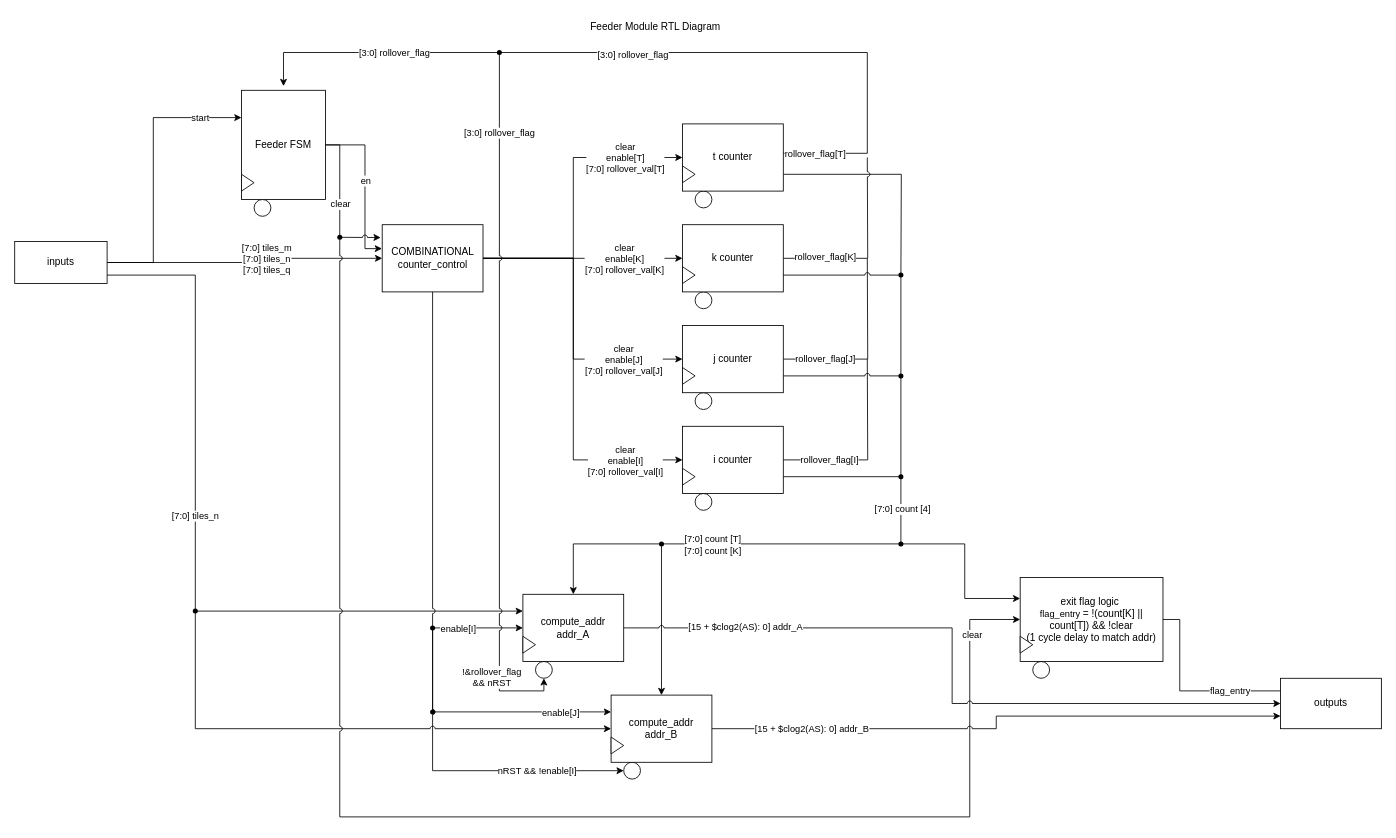
Parker-Kemp/SoCET---STARS---Group11 keeps this draw.io diagram as page "feeder_module_rtl" (3 of 9) of diagrams/compute_controller/compute_controller.drawio. Above is the earlier version. Source tidied: cells renumbered, new cells numbered last; positions are measured from the earlier drawing's top-left corner, leaving out a move shared by most shapes. Both pictures are drawn from the tidied source at 84%, with x=0, y=0 at pixel (14, 14).
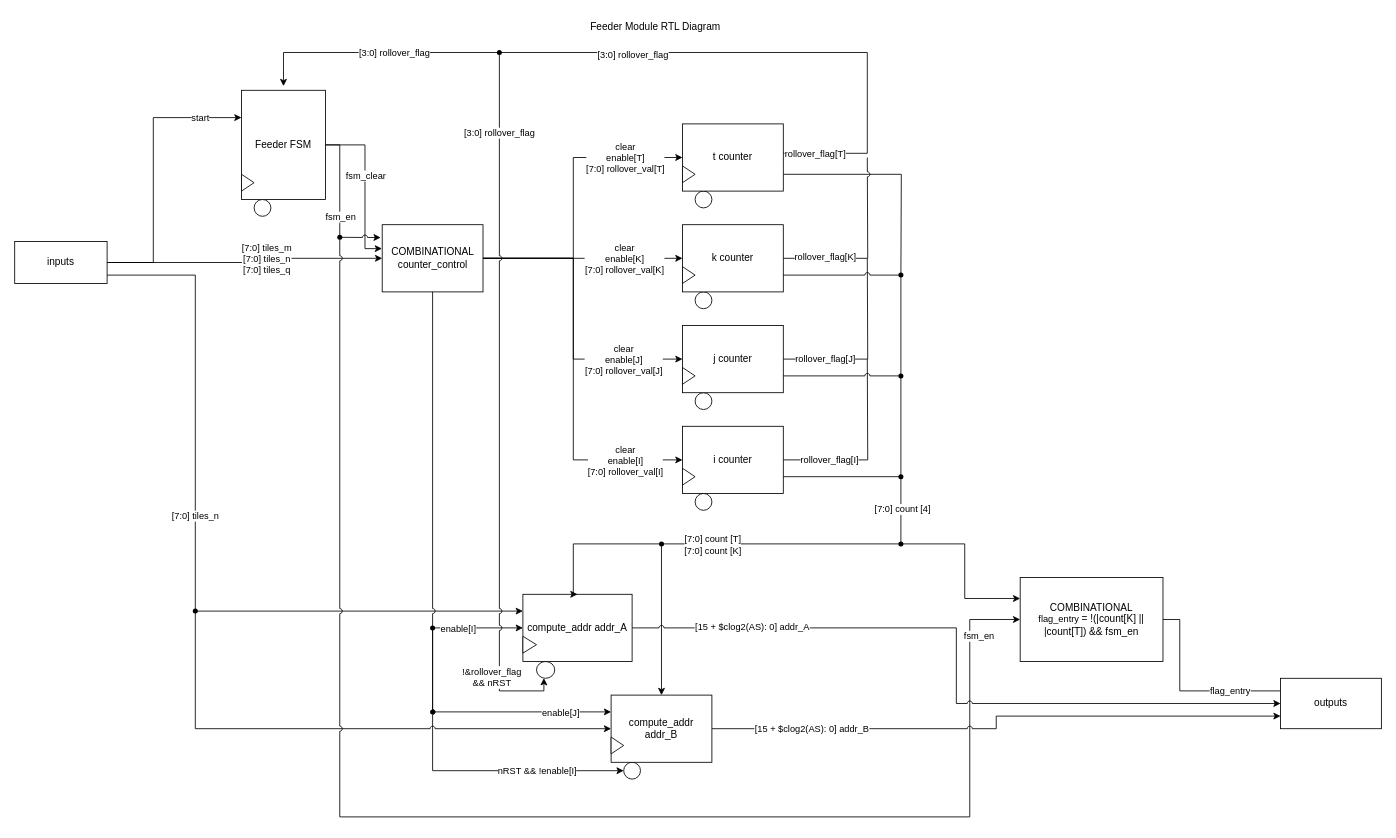
Above is the later version.

The change refers to these unchanged cells:
```xml
<mxCell id="25" style="edgeStyle=orthogonalEdgeStyle;rounded=0;jettySize=auto;html=1;entryX=-0.002;entryY=0.356;entryDx=0;entryDy=0;defaultLabelBackgroundColor=page;entryPerimeter=0;" parent="1" edge="1" source="4" target="24">
  <mxGeometry x="-0.05" relative="1" as="geometry">
    <Array as="points">
      <mxPoint x="417" y="155" />
      <mxPoint x="417" y="278.5" />
    </Array>
  </mxGeometry>
</mxCell>
<mxCell id="87" value="outputs" style="whiteSpace=wrap;html=1;" parent="1" vertex="1">
  <mxGeometry x="1507" y="790" width="120" height="60" as="geometry" />
</mxCell>
<mxCell id="95" style="edgeStyle=orthogonalEdgeStyle;shape=connector;rounded=0;jumpStyle=arc;jettySize=auto;html=1;entryDx=0;entryDy=0;strokeColor=default;align=center;verticalAlign=middle;fontFamily=Helvetica;fontSize=11;fontColor=default;labelBackgroundColor=default;defaultLabelBackgroundColor=page;endArrow=none;endFill=0;" parent="1" edge="1" source="4" target="99">
  <mxGeometry x="0.03" relative="1" as="geometry">
    <Array as="points">
      <mxPoint x="387" y="155" />
    </Array>
  </mxGeometry>
</mxCell>
<mxCell id="97" style="edgeStyle=orthogonalEdgeStyle;shape=connector;rounded=0;jumpStyle=arc;jettySize=auto;html=1;entryX=0;entryY=0.5;entryDx=0;entryDy=0;strokeColor=default;align=center;verticalAlign=middle;fontFamily=Helvetica;fontSize=11;fontColor=default;labelBackgroundColor=default;defaultLabelBackgroundColor=page;endArrow=classic;endFill=1;" parent="1" edge="1" source="99" target="107">
  <mxGeometry relative="1" as="geometry">
    <Array as="points">
      <mxPoint x="387" y="955" />
      <mxPoint x="1137" y="955" />
      <mxPoint x="1137" y="720" />
    </Array>
  </mxGeometry>
</mxCell>
```

The edit, as a diff of the source:
```diff
@@
-    <mxCell id="26" value="&lt;div&gt;&lt;span style=&quot;background-color: transparent; color: light-dark(#000000, var(--ge-light-color, #ffffff));&quot;&gt;en&lt;/span&gt;&lt;/div&gt;" style="edgeLabel;html=1;align=center;verticalAlign=middle;inheritText=1;defaultLabelBackgroundColor=page;" parent="25" vertex="1">
-      <mxGeometry x="-0.07" relative="1" as="geometry" />
-    </mxCell>
+    <mxCell id="110" value="fsm_clear" style="edgeLabel;html=1;align=center;verticalAlign=middle;inheritText=1;defaultLabelBackgroundColor=page;" parent="25" vertex="1">
+      <mxGeometry x="-0.13" relative="1" as="geometry" />
+    </mxCell>
@@
     <mxCell id="52" style="group;" parent="1" vertex="1">
-      <mxGeometry x="605" y="690" width="120" height="100" as="geometry" />
+      <mxGeometry x="605" y="690" width="130" height="100" as="geometry" />
     </mxCell>
     <mxCell id="53" style="ellipse;whiteSpace=wrap;html=1;shapeInside=1;" parent="52" vertex="1">
-      <mxGeometry x="15" y="80" width="20" height="20" as="geometry" />
+      <mxGeometry x="16.2" y="80" width="21.7" height="20" as="geometry" />
     </mxCell>
     <mxCell id="54" value="compute_addr addr_A" style="whiteSpace=wrap;html=1;" parent="52" vertex="1">
-      <mxGeometry width="120" height="80" as="geometry" />
+      <mxGeometry width="130" height="80" as="geometry" />
     </mxCell>
     <mxCell id="55" style="triangle;whiteSpace=wrap;html=1;shapeInside=1;" parent="52" vertex="1">
-      <mxGeometry y="50" width="15" height="20" as="geometry" />
+      <mxGeometry y="50" width="16.2" height="20" as="geometry" />
     </mxCell>
@@
-    <mxCell id="96" value="clear" style="edgeLabel;html=1;align=center;verticalAlign=middle;inheritText=1;defaultLabelBackgroundColor=page;" parent="95" vertex="1">
-      <mxGeometry x="0.37" relative="1" as="geometry" />
+    <mxCell id="96" value="fsm_en" style="edgeLabel;html=1;align=center;verticalAlign=middle;inheritText=1;defaultLabelBackgroundColor=page;" parent="95" vertex="1">
+      <mxGeometry x="0.37" relative="1" as="geometry">
+        <mxPoint y="15" as="offset" />
+      </mxGeometry>
     </mxCell>
@@
-    <mxCell id="98" value="clear" style="edgeLabel;html=1;align=center;verticalAlign=middle;inheritText=1;defaultLabelBackgroundColor=page;" parent="97" vertex="1">
-      <mxGeometry x="0.91" y="-2" relative="1" as="geometry" />
+    <mxCell id="98" value="fsm_en" style="edgeLabel;html=1;align=center;verticalAlign=middle;inheritText=1;defaultLabelBackgroundColor=page;" parent="97" vertex="1">
+      <mxGeometry x="0.91" y="-2" relative="1" as="geometry">
+        <mxPoint x="8" y="1" as="offset" />
+      </mxGeometry>
     </mxCell>
@@
-    <mxCell id="105" style="group;" parent="1" vertex="1">
-      <mxGeometry x="1197" y="690" width="170" height="100" as="geometry" />
-    </mxCell>
-    <mxCell id="106" style="ellipse;whiteSpace=wrap;html=1;shapeInside=1;" parent="105" vertex="1">
-      <mxGeometry x="15" y="80" width="20" height="20" as="geometry" />
-    </mxCell>
+    <mxCell id="109" value="flag_entry" style="edgeStyle=orthogonalEdgeStyle;shape=connector;rounded=0;jumpStyle=arc;jettySize=auto;html=1;entryX=0;entryY=0.25;entryDx=0;entryDy=0;strokeColor=default;align=center;verticalAlign=middle;fontFamily=Helvetica;fontSize=11;fontColor=default;labelBackgroundColor=default;defaultLabelBackgroundColor=page;endArrow=none;endFill=0;" parent="1" edge="1" source="107" target="87">
+      <mxGeometry x="0.47" relative="1" as="geometry">
+        <Array as="points">
+          <mxPoint x="1387" y="720" />
+          <mxPoint x="1387" y="805" />
+        </Array>
+      </mxGeometry>
+    </mxCell>
-    <mxCell id="107" value="exit flag logic&amp;nbsp;&lt;br&gt;&lt;span style=&quot;font-size: 11px; white-space: nowrap;&quot;&gt;flag_entry&amp;nbsp;&lt;/span&gt;= !(count[K] || count[T]) &amp;amp;&amp;amp; !clear&lt;br&gt;(1 cycle delay to match addr)" style="whiteSpace=wrap;html=1;" parent="105" vertex="1">
-      <mxGeometry y="-20" width="170" height="100" as="geometry" />
+    <mxCell id="107" value="&lt;span style=&quot;white-space-collapse: collapse;&quot;&gt;COMBINATIONAL&lt;br&gt;&lt;/span&gt;&lt;span style=&quot;font-size: 11px; white-space: nowrap;&quot;&gt;flag_entry&amp;nbsp;&lt;/span&gt;= !(|count[K] || |count[T]) &amp;amp;&amp;amp; fsm_en" style="whiteSpace=wrap;html=1;" parent="1" vertex="1">
+      <mxGeometry x="1197" y="670" width="170" height="100" as="geometry" />
     </mxCell>
-    <mxCell id="108" style="triangle;whiteSpace=wrap;html=1;shapeInside=1;" parent="105" vertex="1">
-      <mxGeometry y="50" width="15" height="20" as="geometry" />
-    </mxCell>
-    <mxCell id="109" value="flag_entry" style="edgeStyle=orthogonalEdgeStyle;shape=connector;rounded=0;jumpStyle=arc;jettySize=auto;html=1;entryX=0;entryY=0.25;entryDx=0;entryDy=0;strokeColor=default;align=center;verticalAlign=middle;fontFamily=Helvetica;fontSize=11;fontColor=default;labelBackgroundColor=default;defaultLabelBackgroundColor=page;endArrow=none;endFill=0;" parent="1" edge="1" source="107" target="87">
-      <mxGeometry x="0.47" relative="1" as="geometry">
-        <Array as="points">
-          <mxPoint x="1387" y="720" />
-          <mxPoint x="1387" y="805" />
-        </Array>
-      </mxGeometry>
-    </mxCell>
```
